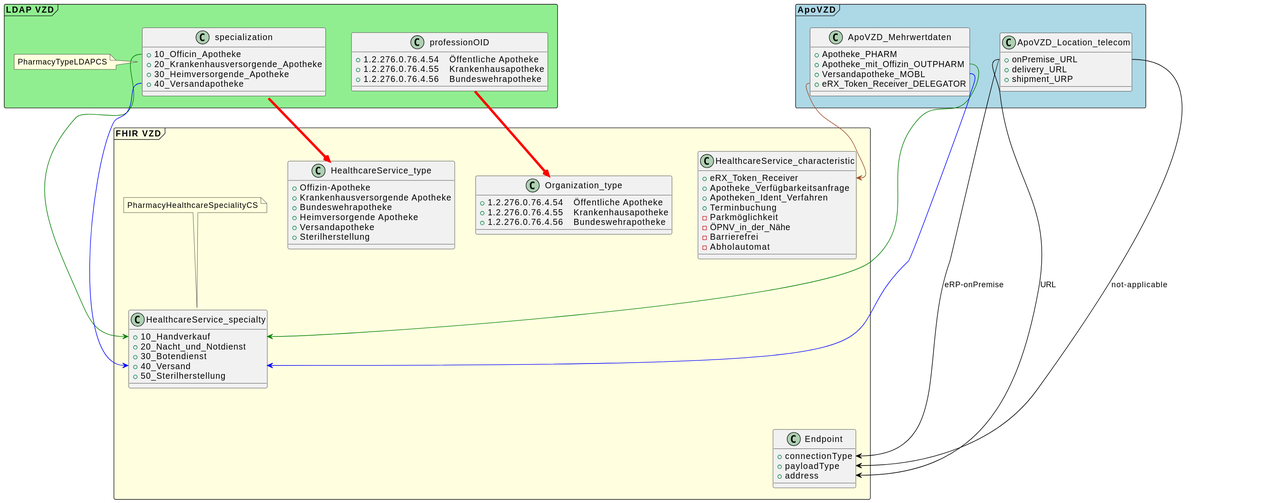
Earlier version of the PlantUML export images/diagrams/ClassDiagram.LDAP_FHIR_Mapping.svg (gematik/api-vzd). Its diagram source:
```plantuml
@startuml
package "LDAP VZD" <<Frame>> #lightgreen {
class specialization {
+ 10_Officin_Apotheke
+ 20_Krankenhausversorgende_Apotheke
+ 30_Heimversorgende_Apotheke
+ 40_Versandapotheke
}

  note left of specialization
   PharmacyTypeLDAPCS
  end note

 class professionOID {
   + 1.2.276.0.76.4.54	Öffentliche Apotheke
   + 1.2.276.0.76.4.55	Krankenhausapotheke
   + 1.2.276.0.76.4.56	Bundeswehrapotheke
  }

}

package "FHIR VZD" <<Frame>> #lightyellow {
 class HealthcareService_specialty {
  + 10_Handverkauf
  + 20_Nacht_und_Notdienst
  + 30_Botendienst
  + 40_Versand
  + 50_Sterilherstellung
 }

  note top of HealthcareService_specialty
  PharmacyHealthcareSpecialityCS
  end note

 class HealthcareService_type {
  + Offizin-Apotheke
  + Krankenhausversorgende Apotheke
  + Bundeswehrapotheke
  + Heimversorgende Apotheke
  + Versandapotheke
  + Sterilherstellung
 }

 class Organization_type {
   + 1.2.276.0.76.4.54	Öffentliche Apotheke
   + 1.2.276.0.76.4.55	Krankenhausapotheke
   + 1.2.276.0.76.4.56	Bundeswehrapotheke
  }

 class HealthcareService_characteristic {
   + eRX_Token_Receiver
   + Apotheke_Verfügbarkeitsanfrage
   + Apotheken_Ident_Verfahren
   + Terminbuchung
   - Parkmöglichkeit
   - ÖPNV_in_der_Nähe
   - Barrierefrei
   - Abholautomat
  }

  class Endpoint {
   + connectionType
   + payloadType
   + address
  }


}

package ApoVZD <<Frame>> #lightblue {
 class ApoVZD_Mehrwertdaten {
  + Apotheke_PHARM
  + Apotheke_mit_Offizin_OUTPHARM
  + Versandapotheke_MOBL
  + eRX_Token_Receiver_DELEGATOR
 }

 class ApoVZD_Location_telecom {
  + onPremise_URL
  + delivery_URL
  + shipment_URP
 }

}

specialization -[#red,thickness=4]-> HealthcareService_type
professionOID -[#red,thickness=4]-> Organization_type
specialization::10_Officin_Apotheke -[#green]-> HealthcareService_specialty::10_Handverkauf
specialization::40_Versandapotheke  -[#blue]-> HealthcareService_specialty::40_Versand

ApoVZD_Mehrwertdaten::Apotheke_mit_Offizin_OUTPHARM -[#green]-> HealthcareService_specialty::10_Handverkauf
ApoVZD_Mehrwertdaten::Versandapotheke_MOBL -[#blue]-> HealthcareService_specialty::40_Versand
ApoVZD_Mehrwertdaten::eRX_Token_Receiver_DELEGATOR -[#Sienna]-> HealthcareService_characteristic::eRX_Token_Receiver

ApoVZD_Location_telecom::onPremise_URL -[#black]right-> Endpoint::address : URL
ApoVZD_Location_telecom::onPremise_URL -[#black]right-> Endpoint::connectionType : "eRP-onPremise"
ApoVZD_Location_telecom::onPremise_URL -[#black]right-> Endpoint::payloadType : "not-applicable"

HealthcareService_type -[hidden]--> Endpoint
@enduml
```
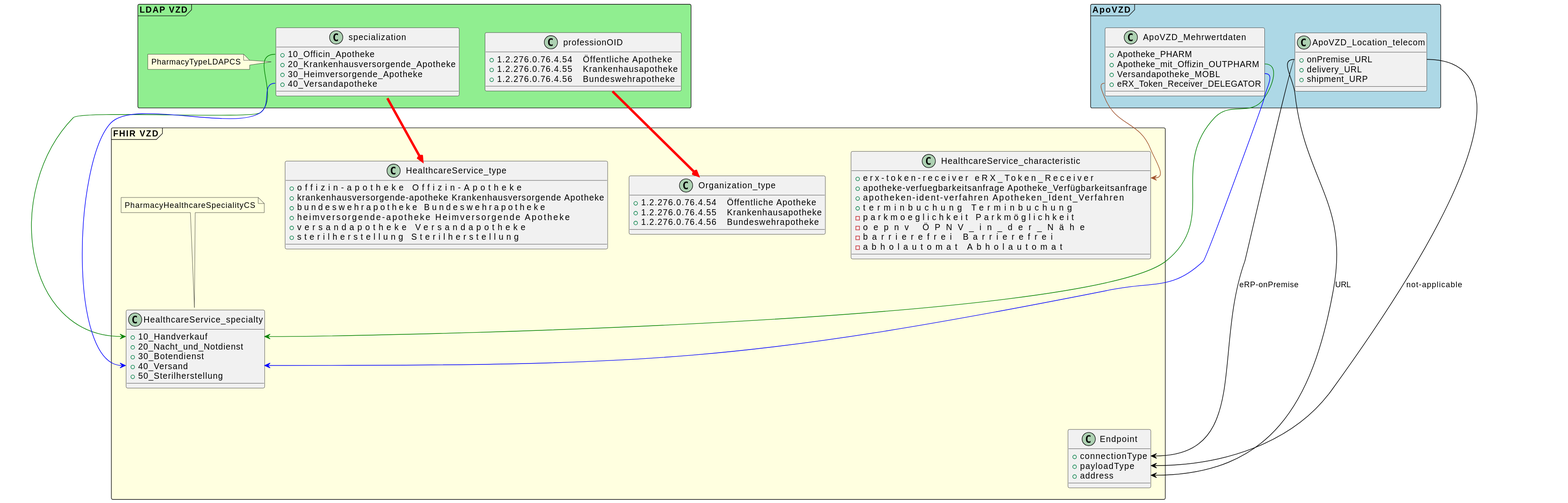
After the commit.

Commit message:
Commit from GitHub Actions (GeneratePlantumlImages)

Change to the diagram source:
```diff
@@ -33,12 +33,12 @@
   end note
 
  class HealthcareService_type {
-  + Offizin-Apotheke
-  + Krankenhausversorgende Apotheke
-  + Bundeswehrapotheke
-  + Heimversorgende Apotheke
-  + Versandapotheke
-  + Sterilherstellung
+  + offizin-apotheke                                Offizin-Apotheke
+  + krankenhausversorgende-apotheke  Krankenhausversorgende Apotheke
+  + bundeswehrapotheke                        Bundeswehrapotheke
+  + heimversorgende-apotheke              Heimversorgende Apotheke
+  + versandapotheke                              Versandapotheke
+  + sterilherstellung                               Sterilherstellung
  }
 
  class Organization_type {
@@ -48,14 +48,14 @@
   }
 
  class HealthcareService_characteristic {
-   + eRX_Token_Receiver
-   + Apotheke_Verfügbarkeitsanfrage
-   + Apotheken_Ident_Verfahren
-   + Terminbuchung
-   - Parkmöglichkeit
-   - ÖPNV_in_der_Nähe
-   - Barrierefrei
-   - Abholautomat
+   + erx-token-receiver                        eRX_Token_Receiver
+   + apotheke-verfuegbarkeitsanfrage Apotheke_Verfügbarkeitsanfrage
+   + apotheken-ident-verfahren           Apotheken_Ident_Verfahren
+   + terminbuchung                             Terminbuchung
+   - parkmoeglichkeit                          Parkmöglichkeit
+   - oepnv                                           ÖPNV_in_der_Nähe
+   - barrierefrei                                   Barrierefrei
+   - abholautomat                              Abholautomat
   }
 
   class Endpoint {
```
